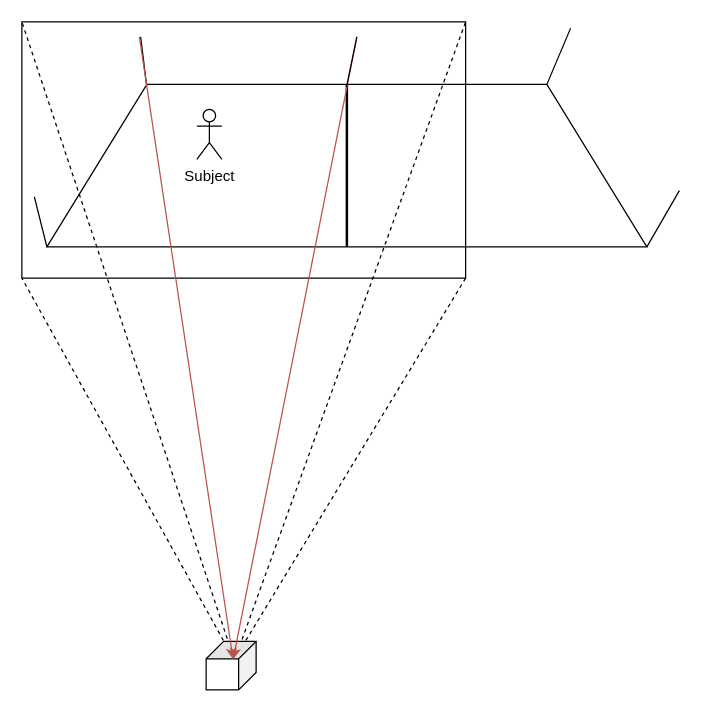
Before: models/Untitled Diagram.drawio in ausport/vk-camerakit, a draw.io diagram. Source tidied: cells renumbered, new cells numbered last; positions are measured from the earlier drawing's top-left corner, leaving out a move shared by most shapes. Both pictures are drawn from the tidied source at 125%, with x=0, y=0 at pixel (21, 21).
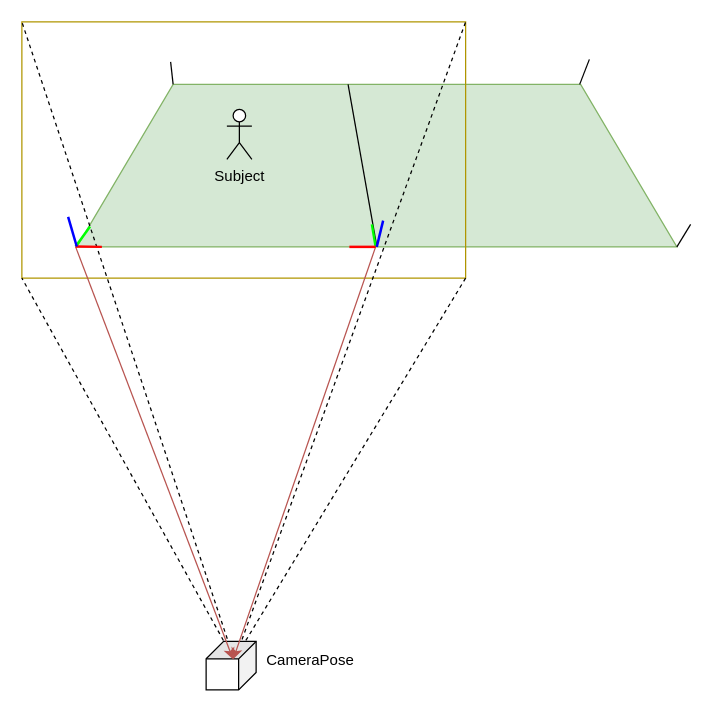
The same page after the edit.

Diff of the diagram source:
```diff
@@
-    <mxCell id="2" style="shape=trapezoid;perimeter=trapezoidPerimeter;whiteSpace=wrap;html=1;fixedSize=1;size=80;" parent="1" vertex="1">
-      <mxGeometry x="20" y="50" width="480" height="130" as="geometry" />
+    <mxCell id="2" style="shape=trapezoid;perimeter=trapezoidPerimeter;whiteSpace=wrap;html=1;fixedSize=1;size=77;fillColor=#d5e8d4;strokeColor=#82b366;" parent="1" vertex="1">
+      <mxGeometry x="44" y="50" width="480" height="130" as="geometry" />
     </mxCell>
-    <mxCell id="3" style="rounded=0;whiteSpace=wrap;html=1;fillColor=none;" parent="1" vertex="1">
+    <mxCell id="3" style="rounded=0;whiteSpace=wrap;html=1;strokeColor=#B09500;fontColor=#000000;fillColor=none;" parent="1" vertex="1">
       <mxGeometry width="355" height="205" as="geometry" />
     </mxCell>
-    <mxCell id="4" style="line;strokeWidth=2;direction=south;html=1;" parent="1" vertex="1">
-      <mxGeometry x="255" y="50" width="10" height="130" as="geometry" />
-    </mxCell>
-    <mxCell id="5" style="endArrow=none;html=1;exitX=0.166;exitY=0;exitDx=0;exitDy=0;exitPerimeter=0;" parent="1" edge="1" source="2">
+    <mxCell id="5" style="endArrow=none;html=1;" parent="1" edge="1">
       <mxGeometry relative="1" as="geometry">
-        <mxPoint x="95" y="12" as="targetPoint" />
+        <mxPoint x="121" y="50" as="sourcePoint" />
+        <mxPoint x="119" y="32" as="targetPoint" />
       </mxGeometry>
     </mxCell>
-    <mxCell id="6" style="endArrow=none;html=1;exitX=0.166;exitY=0;exitDx=0;exitDy=0;exitPerimeter=0;" parent="1" edge="1">
+    <mxCell id="6" style="endArrow=none;html=1;exitX=0.838;exitY=0;exitDx=0;exitDy=0;exitPerimeter=0;" parent="1" edge="1" source="2">
       <mxGeometry relative="1" as="geometry">
-        <mxPoint x="420" y="50" as="sourcePoint" />
-        <mxPoint x="439" y="5" as="targetPoint" />
+        <mxPoint x="454" y="30" as="targetPoint" />
       </mxGeometry>
     </mxCell>
-    <mxCell id="7" style="endArrow=none;html=1;exitX=0.166;exitY=0;exitDx=0;exitDy=0;exitPerimeter=0;" parent="1" edge="1">
-      <mxGeometry relative="1" as="geometry">
-        <mxPoint x="20" y="180" as="sourcePoint" />
-        <mxPoint x="10" y="140" as="targetPoint" />
-      </mxGeometry>
-    </mxCell>
     <mxCell id="8" style="endArrow=none;html=1;exitX=0.166;exitY=0;exitDx=0;exitDy=0;exitPerimeter=0;" parent="1" edge="1">
       <mxGeometry relative="1" as="geometry">
-        <mxPoint x="500" y="180" as="sourcePoint" />
-        <mxPoint x="526" y="135" as="targetPoint" />
+        <mxPoint x="524" y="180" as="sourcePoint" />
+        <mxPoint x="535" y="162" as="targetPoint" />
       </mxGeometry>
     </mxCell>
     <mxCell id="9" value="Subject" style="shape=umlActor;verticalLabelPosition=bottom;verticalAlign=top;html=1;" parent="1" vertex="1">
-      <mxGeometry x="140" y="70" width="20" height="40" as="geometry" />
+      <mxGeometry x="164" y="70" width="20" height="40" as="geometry" />
     </mxCell>
@@
-    <mxCell id="13" style="endArrow=none;dashed=1;html=1;exitX=1;exitY=1;exitDx=0;exitDy=0;" parent="1" edge="1" source="3">
+    <mxCell id="13" style="endArrow=none;dashed=1;html=1;exitX=1;exitY=1;exitDx=0;exitDy=0;strokeWidth=1;" parent="1" edge="1" source="3">
       <mxGeometry relative="1" as="geometry">
         <mxPoint x="170" y="510" as="targetPoint" />
       </mxGeometry>
     </mxCell>
@@
     <mxCell id="15" style="endArrow=classic;html=1;fillColor=#f8cecc;strokeColor=#b85450;" parent="1" edge="1">
       <mxGeometry relative="1" as="geometry">
-        <mxPoint x="268" y="12" as="sourcePoint" />
+        <mxPoint x="283" y="180" as="sourcePoint" />
         <mxPoint x="169" y="510" as="targetPoint" />
       </mxGeometry>
     </mxCell>
-    <mxCell id="16" style="endArrow=none;html=1;exitX=0.166;exitY=0;exitDx=0;exitDy=0;exitPerimeter=0;" parent="1" edge="1">
-      <mxGeometry relative="1" as="geometry">
-        <mxPoint x="259.7" y="52" as="sourcePoint" />
-        <mxPoint x="268" y="12" as="targetPoint" />
-      </mxGeometry>
-    </mxCell>
     <mxCell id="17" style="endArrow=classic;html=1;fillColor=#f8cecc;strokeColor=#b85450;" parent="1" edge="1">
       <mxGeometry relative="1" as="geometry">
-        <mxPoint x="94" y="12" as="sourcePoint" />
+        <mxPoint x="43" y="180" as="sourcePoint" />
         <mxPoint x="169" y="510" as="targetPoint" />
       </mxGeometry>
     </mxCell>
+    <mxCell id="18" style="endArrow=none;html=1;strokeWidth=1;entryX=0.5;entryY=1;entryDx=0;entryDy=0;exitX=0.452;exitY=0;exitDx=0;exitDy=0;exitPerimeter=0;" parent="1" edge="1" source="2" target="2">
+      <mxGeometry relative="1" as="geometry" />
+    </mxCell>
+    <mxCell id="19" style="endArrow=none;html=1;strokeWidth=2;strokeColor=#00FF00;" parent="1" edge="1">
+      <mxGeometry x="432" y="339" as="geometry">
+        <mxPoint x="283" y="180" as="sourcePoint" />
+        <mxPoint x="280" y="162" as="targetPoint" />
+      </mxGeometry>
+    </mxCell>
+    <mxCell id="20" style="endArrow=none;html=1;strokeWidth=2;strokeColor=#FF0000;" parent="1" edge="1">
+      <mxGeometry x="432" y="339" as="geometry">
+        <mxPoint x="262" y="180" as="sourcePoint" />
+        <mxPoint x="283" y="180" as="targetPoint" />
+      </mxGeometry>
+    </mxCell>
+    <mxCell id="21" style="endArrow=none;html=1;strokeWidth=2;strokeColor=#0000FF;" parent="1" edge="1">
+      <mxGeometry x="429.9" y="339" as="geometry">
+        <mxPoint x="283.9" y="180" as="sourcePoint" />
+        <mxPoint x="289" y="159" as="targetPoint" />
+      </mxGeometry>
+    </mxCell>
+    <mxCell id="22" style="endArrow=none;html=1;strokeWidth=2;strokeColor=#00FF00;entryX=0.022;entryY=0.874;entryDx=0;entryDy=0;entryPerimeter=0;" parent="1" edge="1" target="2">
+      <mxGeometry x="192" y="338.7" as="geometry">
+        <mxPoint x="43" y="179.7" as="sourcePoint" />
+      </mxGeometry>
+    </mxCell>
+    <mxCell id="23" style="endArrow=none;html=1;strokeWidth=2;strokeColor=#FF0000;" parent="1" edge="1">
+      <mxGeometry x="192" y="338.7" as="geometry">
+        <mxPoint x="64" y="180" as="sourcePoint" />
+        <mxPoint x="43" y="179.7" as="targetPoint" />
+      </mxGeometry>
+    </mxCell>
+    <mxCell id="24" style="endArrow=none;html=1;strokeWidth=2;strokeColor=#0000FF;" parent="1" edge="1">
+      <mxGeometry x="189.9" y="338.7" as="geometry">
+        <mxPoint x="43.9" y="179.7" as="sourcePoint" />
+        <mxPoint x="37" y="156" as="targetPoint" />
+      </mxGeometry>
+    </mxCell>
+    <mxCell id="25" value="CameraPose" style="text;html=1;strokeColor=none;fillColor=none;align=center;verticalAlign=middle;whiteSpace=wrap;rounded=0;" parent="1" vertex="1">
+      <mxGeometry x="211" y="501" width="40" height="20" as="geometry" />
+    </mxCell>
```
